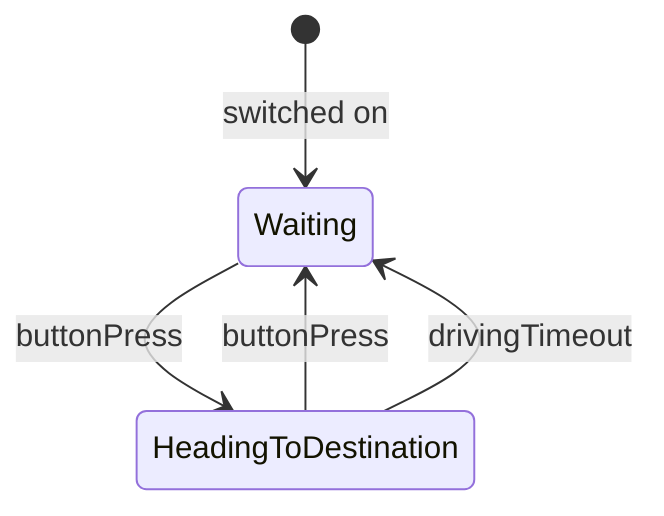
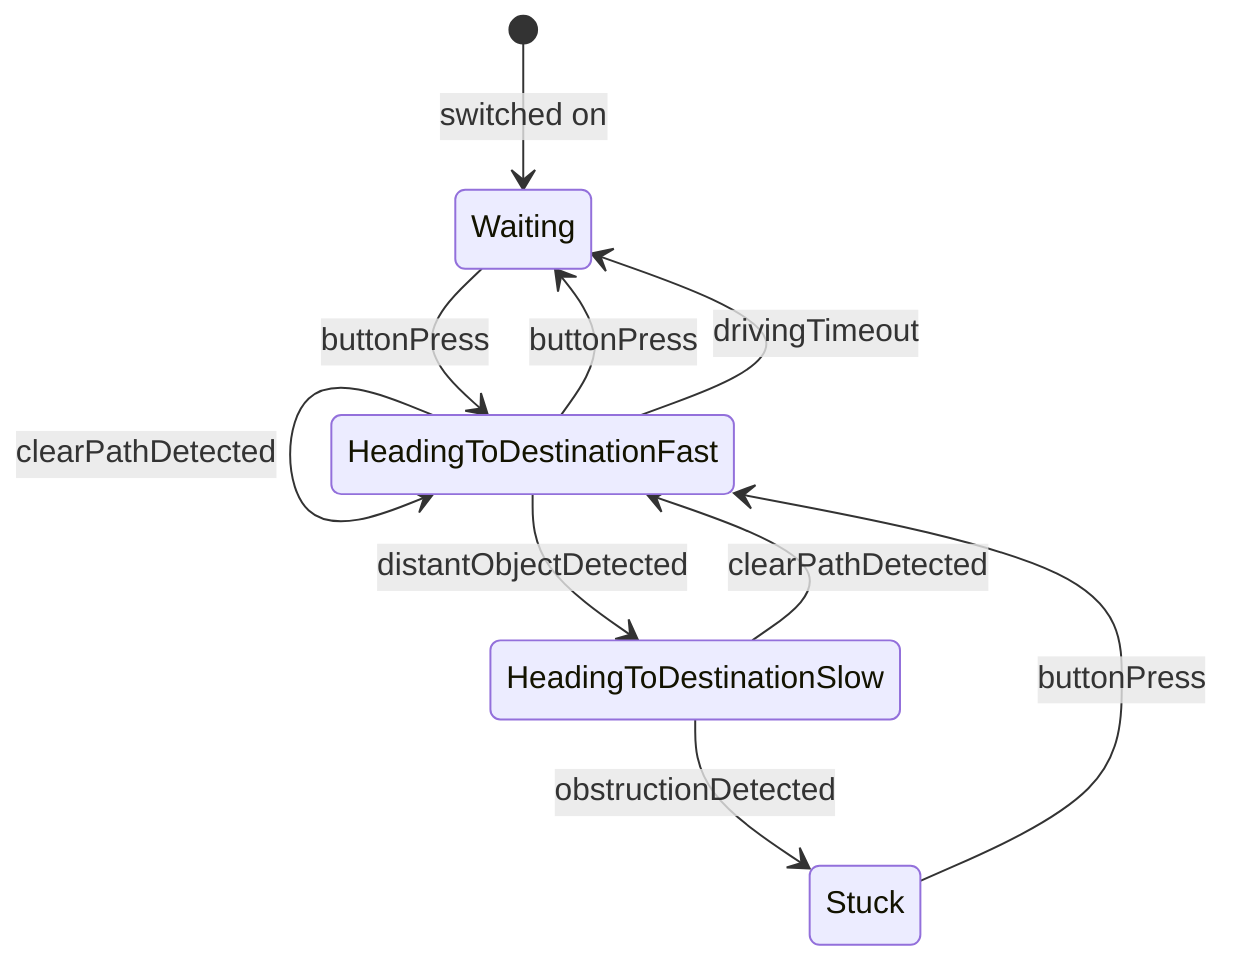
stateDiagram-v2
   [*] --> Waiting: switched on
-   Waiting --> HeadingToDestination: buttonPress
-   HeadingToDestination --> Waiting: buttonPress
-   HeadingToDestination --> Waiting: drivingTimeout
+   Waiting --> HeadingToDestinationFast: buttonPress
+   HeadingToDestinationFast --> HeadingToDestinationFast: clearPathDetected
+   HeadingToDestinationFast --> HeadingToDestinationSlow: distantObjectDetected
+   HeadingToDestinationSlow --> HeadingToDestinationFast: clearPathDetected
+   HeadingToDestinationSlow --> Stuck: obstructionDetected
+   Stuck --> HeadingToDestinationFast: buttonPress
+   HeadingToDestinationFast --> Waiting: buttonPress
+   HeadingToDestinationFast --> Waiting: drivingTimeout
